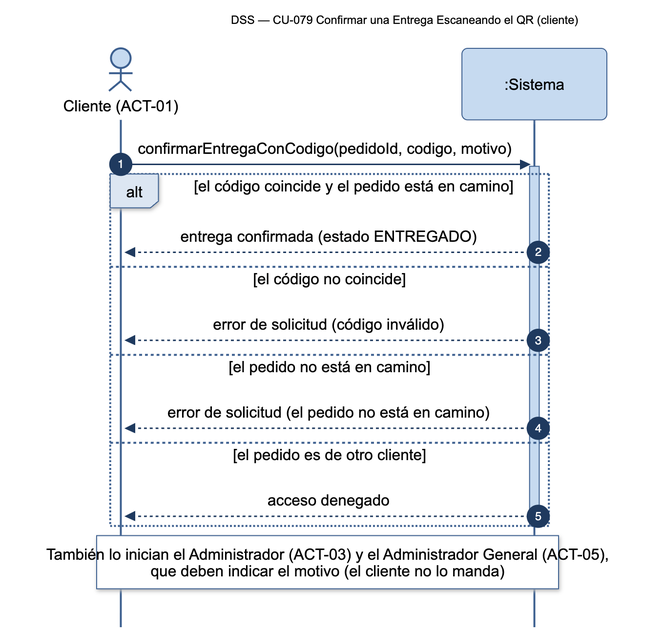
Nahuelito-Dev/splg-docs keeps this Mermaid diagram as diagramas/png/DSS_CU-079_Confirmar-una-Entrega-Escaneando-el-QR.png. Above is the earlier version. Its source is kept beside it as diagramas/DSS_CU-079_Confirmar-una-Entrega-Escaneando-el-QR.mmd.
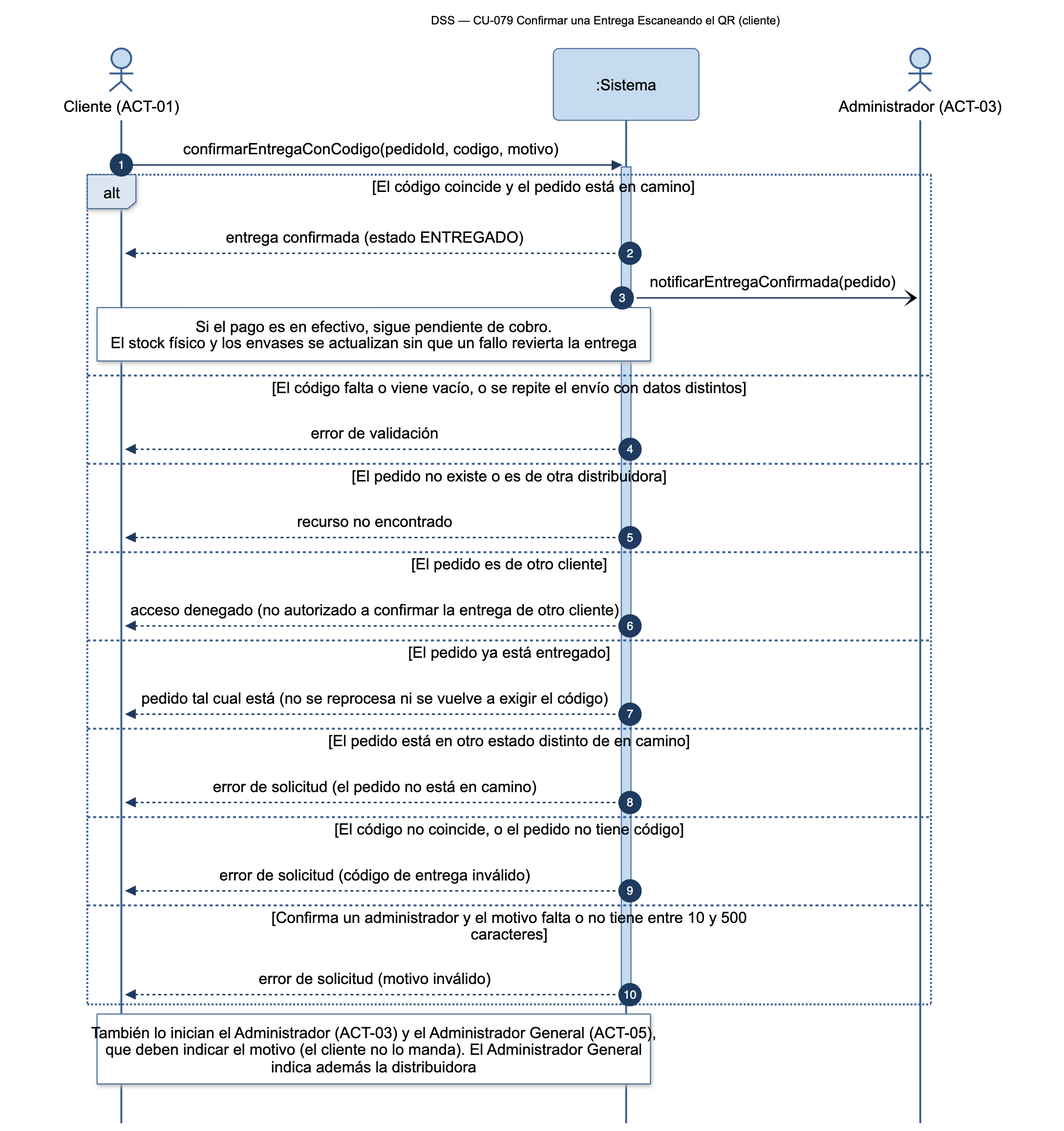
Above is the later version.

What changed in the source:
```diff
@@ -3,17 +3,28 @@
     autonumber
     actor CLI as Cliente (ACT-01)
     participant SIS as :Sistema
+    actor ADM as Administrador (ACT-03)
 
     CLI->>SIS: confirmarEntregaConCodigo(pedidoId, codigo, motivo)
     activate SIS
-    alt el código coincide y el pedido está en camino
+    alt El código coincide y el pedido está en camino
         SIS-->>CLI: entrega confirmada (estado ENTREGADO)
-    else el código no coincide
-        SIS-->>CLI: error de solicitud (código inválido)
-    else el pedido no está en camino
+        SIS-)ADM: notificarEntregaConfirmada(pedido)
+        Note over CLI,SIS: Si el pago es en efectivo, sigue pendiente de cobro.<br/>El stock físico y los envases se actualizan sin que un fallo revierta la entrega
+    else El código falta o viene vacío, o se repite el envío con datos distintos
+        SIS-->>CLI: error de validación
+    else El pedido no existe o es de otra distribuidora
+        SIS-->>CLI: recurso no encontrado
+    else El pedido es de otro cliente
+        SIS-->>CLI: acceso denegado (no autorizado a confirmar la entrega de otro cliente)
+    else El pedido ya está entregado
+        SIS-->>CLI: pedido tal cual está (no se reprocesa ni se vuelve a exigir el código)
+    else El pedido está en otro estado distinto de en camino
         SIS-->>CLI: error de solicitud (el pedido no está en camino)
-    else el pedido es de otro cliente
-        SIS-->>CLI: acceso denegado
+    else El código no coincide, o el pedido no tiene código
+        SIS-->>CLI: error de solicitud (código de entrega inválido)
+    else Confirma un administrador y el motivo falta o no tiene entre 10 y 500 caracteres
+        SIS-->>CLI: error de solicitud (motivo inválido)
     end
     deactivate SIS
-    Note over CLI,SIS: También lo inician el Administrador (ACT-03) y el Administrador General (ACT-05),<br/>que deben indicar el motivo (el cliente no lo manda)
+    Note over CLI,SIS: También lo inician el Administrador (ACT-03) y el Administrador General (ACT-05),<br/>que deben indicar el motivo (el cliente no lo manda). El Administrador General<br/>indica además la distribuidora
```
